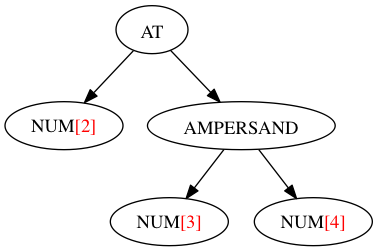
ULL-ESIT-PL/eyapp-debugging-tutorial keeps this Graphviz diagram as AT.png. Above is the earlier version. Its source is kept beside it as AT.dot.
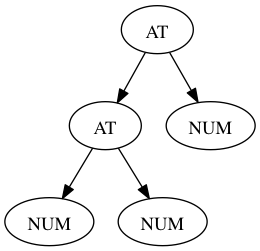
After the commit.

Diff of the diagram source:
```diff
@@ -4,11 +4,11 @@
   0 [label = <AT>];
   0 -> 01;
   0 -> 02;
-  01 [label = <NUM<font color="red">[2]</font>>];
-  02 [label = <AMPERSAND>];
-  02 -> 021;
-  02 -> 022;
-  021 [label = <NUM<font color="red">[3]</font>>];
-  022 [label = <NUM<font color="red">[4]</font>>];
+  01 [label = <AT>];
+  01 -> 011;
+  01 -> 012;
+  011 [label = <NUM>];
+  012 [label = <NUM>];
+  02 [label = <NUM>];
 
 }
```
